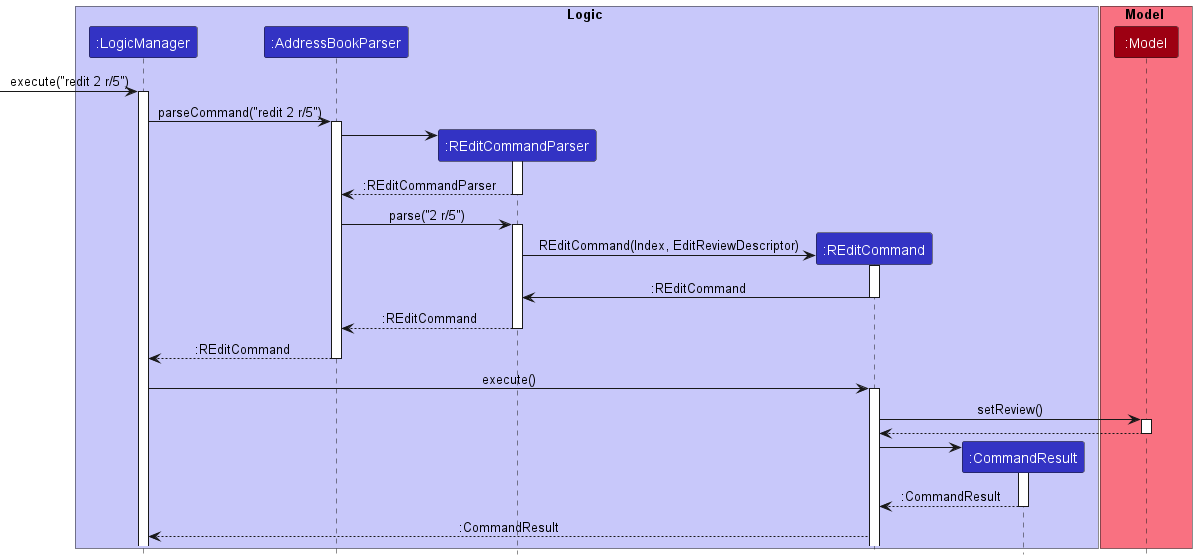
This is docs/images/REditSequenceDiagram.png from nus-cs2103-AY2223S1/tp, a PlantUML export, as it was before one commit. Its diagram source:
```plantuml
@startuml
!include style.puml

box Logic LOGIC_COLOR_T1
participant ":LogicManager" as LogicManager LOGIC_COLOR
participant ":AddressBookParser" as AddressBookParser LOGIC_COLOR
participant ":REditCommandParser" as REditCommandParser LOGIC_COLOR
participant ":REditCommand" as REditCommand LOGIC_COLOR
participant ":CommandResult" as CommandResult LOGIC_COLOR
end box

box Model MODEL_COLOR_T1
participant ":Model" as Model MODEL_COLOR
end box

[-> LogicManager : execute("redit 2 r/5")
activate LogicManager

LogicManager -> AddressBookParser : parseCommand("redit 2 r/5")
activate AddressBookParser

create REditCommandParser
AddressBookParser -> REditCommandParser
activate REditCommandParser
REditCommandParser --> AddressBookParser : :REditCommandParser
deactivate REditCommandParser

AddressBookParser -> REditCommandParser : parse("2 r/5")
activate REditCommandParser

create REditCommand
REditCommandParser -> REditCommand : REditCommand(Index, EditReviewDescriptor)
activate REditCommand
REditCommand -> REditCommandParser : :REditCommand
deactivate REditCommand

REditCommandParser --> AddressBookParser : :REditCommand
deactivate REditCommandParser

AddressBookParser --> LogicManager : :REditCommand
deactivate AddressBookParser

LogicManager -> REditCommand : execute()
activate REditCommand

REditCommand -> Model : setReview()
activate Model

Model --> REditCommand
deactivate Model

create CommandResult
REditCommand -> CommandResult
activate CommandResult

CommandResult --> REditCommand : :CommandResult
deactivate CommandResult

REditCommand --> LogicManager : :CommandResult
@enduml
```
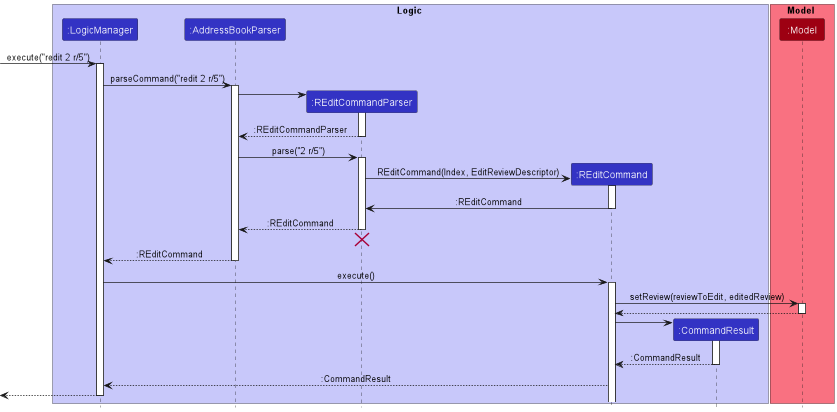
Later version of the same file.

Commit message:
Standardize Rdel and REdit sequence diagrams

Diff of the diagram source:
```diff
@@ -21,6 +21,7 @@
 
 create REditCommandParser
 AddressBookParser -> REditCommandParser
+
 activate REditCommandParser
 REditCommandParser --> AddressBookParser : :REditCommandParser
 deactivate REditCommandParser
@@ -36,6 +37,8 @@
 
 REditCommandParser --> AddressBookParser : :REditCommand
 deactivate REditCommandParser
+REditCommandParser -[hidden]-> AddressBookParser
+destroy REditCommandParser
 
 AddressBookParser --> LogicManager : :REditCommand
 deactivate AddressBookParser
@@ -43,7 +46,7 @@
 LogicManager -> REditCommand : execute()
 activate REditCommand
 
-REditCommand -> Model : setReview()
+REditCommand -> Model : setReview(reviewToEdit, editedReview)
 activate Model
 
 Model --> REditCommand
@@ -57,4 +60,7 @@
 deactivate CommandResult
 
 REditCommand --> LogicManager : :CommandResult
+
+[<--LogicManager
+deactivate LogicManager
 @enduml
```
